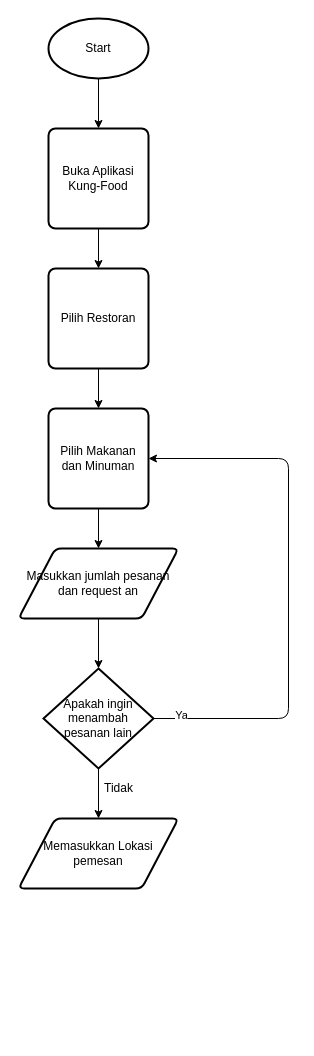
Above: flowchart.drawio in christianasc30/Christian_Antonio-Food_Order_App (draw.io), before the change. Source tidied: cells renumbered, new cells numbered last; positions are measured from the earlier drawing's top-left corner, leaving out a move shared by most shapes. Both pictures are drawn from the tidied source at 100%, with x=0, y=0 at pixel (18, 18).
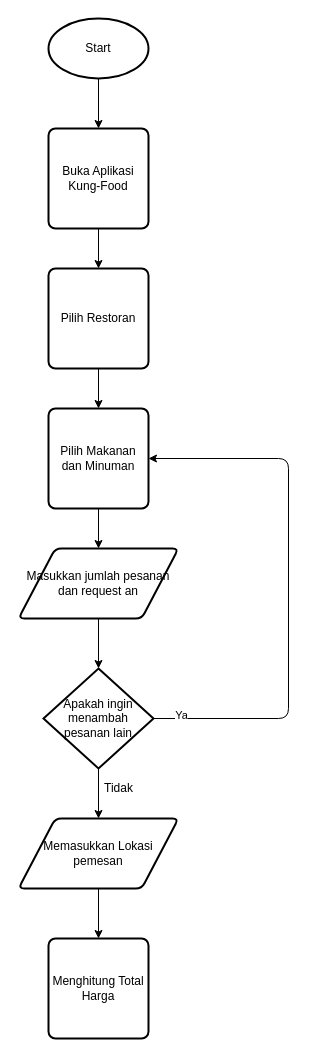
The same page after the edit.

Commit message:
Menambahkan total harga

Unchanged cells that the change refers to:
```xml
<mxCell id="16" value="Memasukkan Lokasi pemesan" style="shape=parallelogram;html=1;strokeWidth=2;perimeter=parallelogramPerimeter;whiteSpace=wrap;rounded=1;arcSize=12;size=0.23;" parent="1" vertex="1">
  <mxGeometry y="800" width="160" height="70" as="geometry" />
</mxCell>
```

What changed in the source:
```diff
@@
+    <mxCell id="18" style="edgeStyle=none;html=1;exitX=0.5;exitY=1;exitDx=0;exitDy=0;entryX=0.5;entryY=0;entryDx=0;entryDy=0;" parent="1" edge="1" source="16" target="19">
+      <mxGeometry relative="1" as="geometry" />
+    </mxCell>
@@
+    <mxCell id="19" value="Menghitung Total Harga" style="rounded=1;whiteSpace=wrap;html=1;absoluteArcSize=1;arcSize=14;strokeWidth=2;" parent="1" vertex="1">
+      <mxGeometry x="30" y="920" width="100" height="100" as="geometry" />
+    </mxCell>
```
